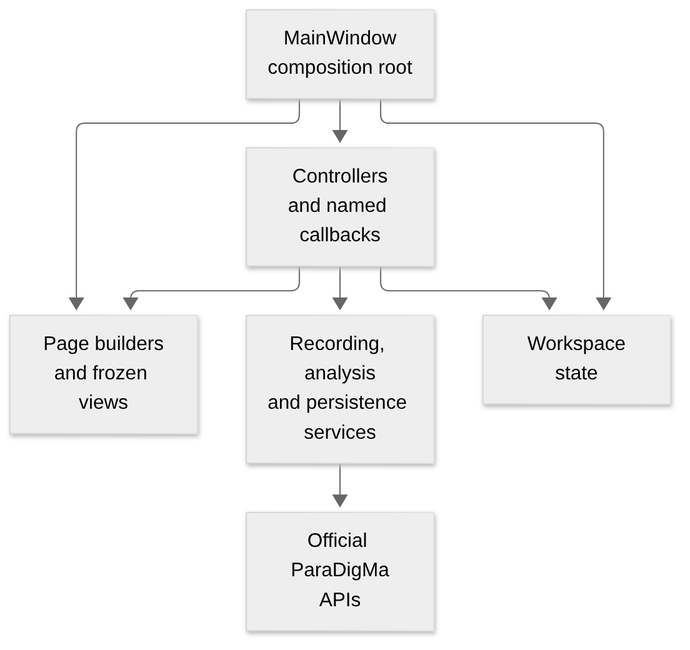
Above: docs/images/architecture/components.png in biomarkersParkinson/ParaDigMa-Studio (Mermaid), before the change. Its source is kept beside it as docs/images/architecture/components.mmd. Source of this version:
```mermaid
flowchart TD
    Main["MainWindow<br/>composition root"] --> Pages["Page builders<br/>and frozen views"]
    Main --> Controllers["Controllers<br/>and named callbacks"]
    Main --> State["Workspace<br/>state"]
    Controllers --> Pages
    Controllers --> State
    Controllers --> Services["Recording, analysis<br/>and persistence services"]
    Services --> Official["Official ParaDigMa<br/>APIs"]
```
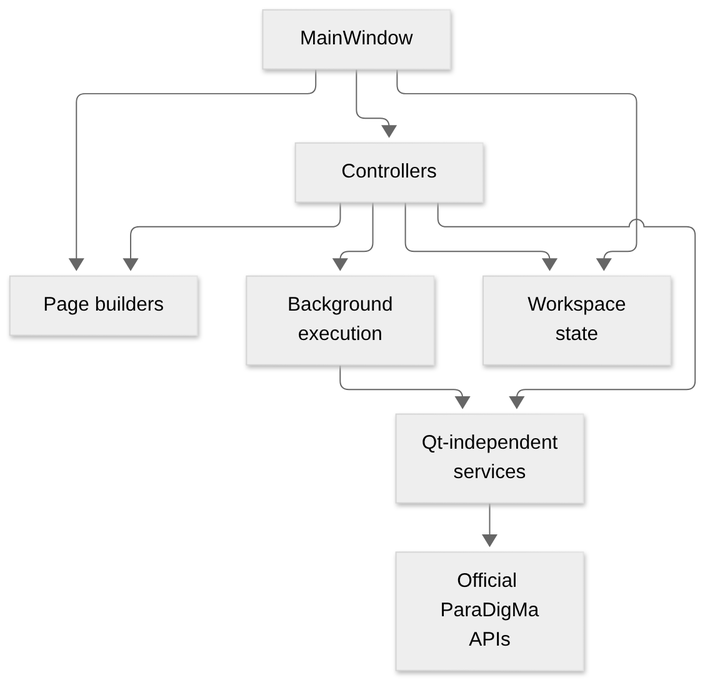
The same file after the commit.

Commit message:
Align architecture diagram and component table labels

Change to the diagram source:
```diff
@@ -1,8 +1,10 @@
 flowchart TD
-    Main["MainWindow<br/>composition root"] --> Pages["Page builders<br/>and frozen views"]
-    Main --> Controllers["Controllers<br/>and named callbacks"]
+    Main["MainWindow"] --> Pages["Page builders"]
+    Main --> Controllers["Controllers"]
     Main --> State["Workspace<br/>state"]
     Controllers --> Pages
     Controllers --> State
-    Controllers --> Services["Recording, analysis<br/>and persistence services"]
+    Controllers --> Background["Background<br/>execution"]
+    Controllers --> Services["Qt-independent<br/>services"]
+    Background --> Services
     Services --> Official["Official ParaDigMa<br/>APIs"]
```
